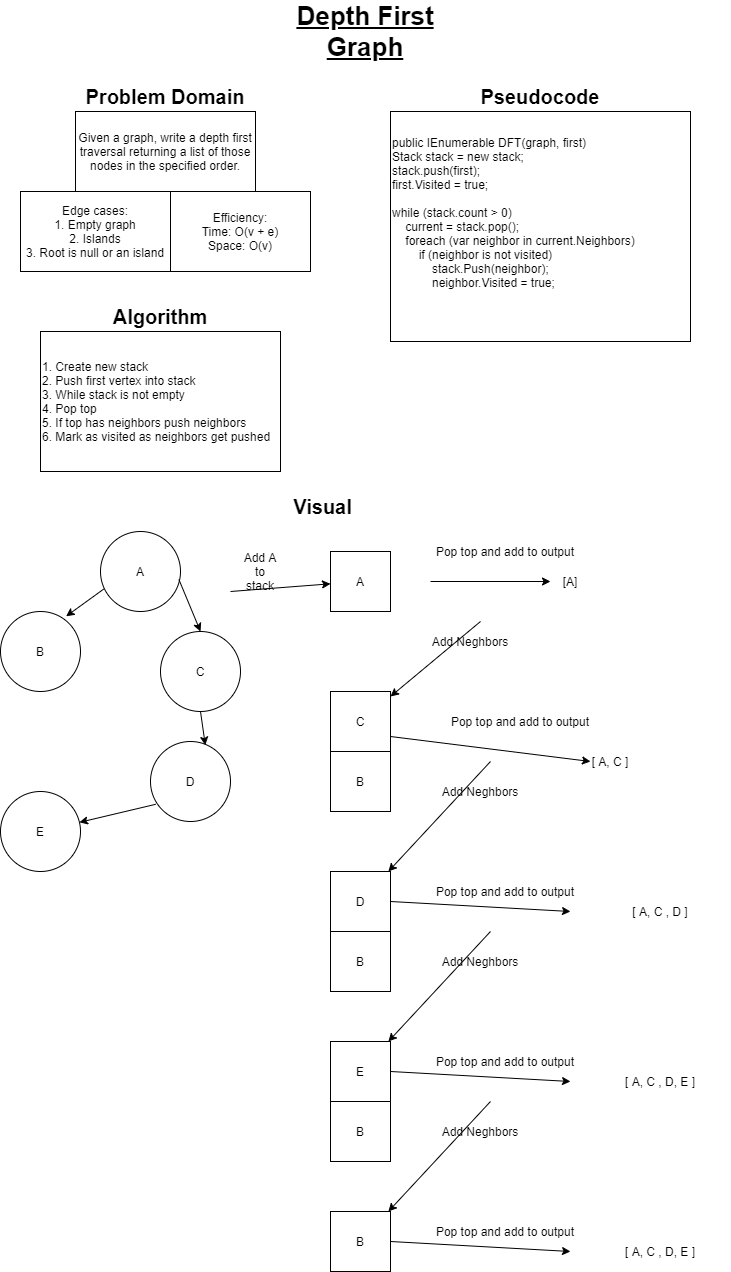
Before: readme/assets/DepthFirstGraph.png, a diagram exported from draw.io (cnickels21/401-DSA-Challenges). Source tidied: cells renumbered, new cells last; positions are measured from the earlier drawing's top-left corner, leaving out a move shared by most shapes.
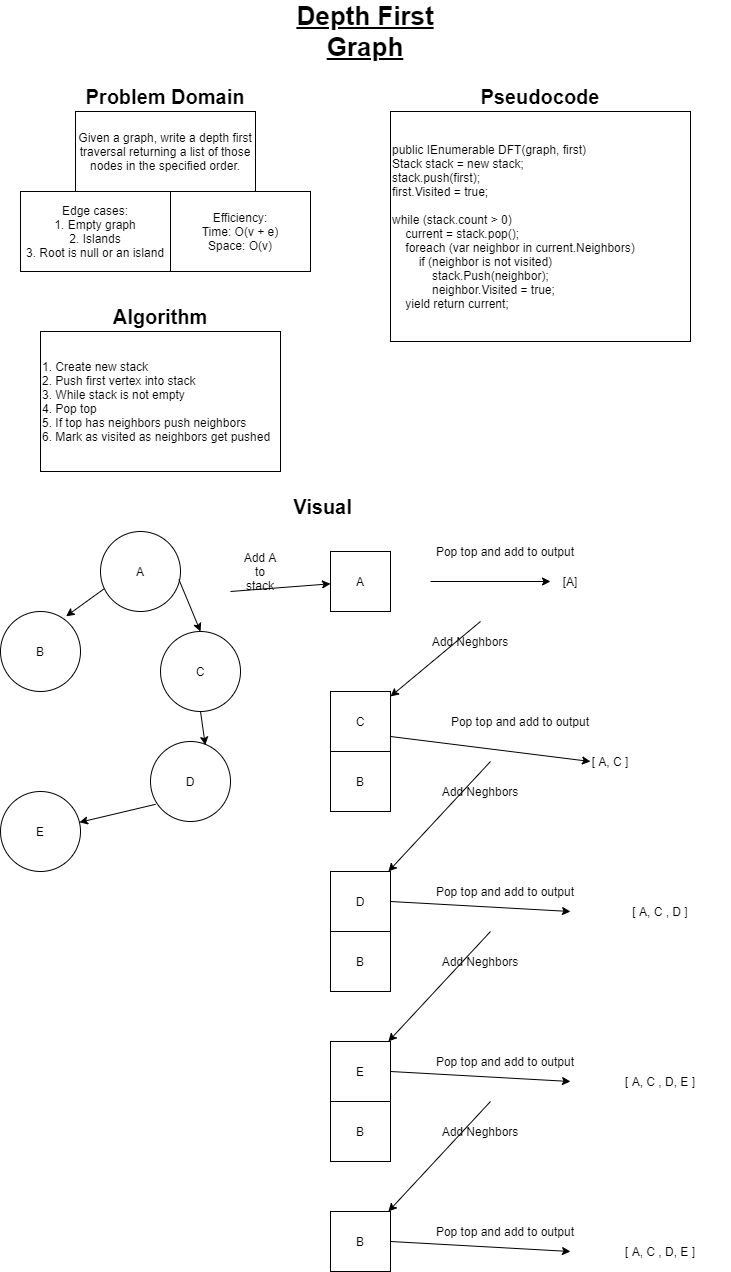
The same file after the commit.

Commit message:
updated white board image

What changed in the source:
```diff
@@ -20,7 +20,7 @@
     <mxCell id="7" value="Given a graph, write a depth first traversal returning a list of those nodes in the specified order." style="rounded=0;whiteSpace=wrap;html=1;" parent="1" vertex="1">
       <mxGeometry x="75" y="110" width="180" height="80" as="geometry" />
     </mxCell>
-    <mxCell id="8" value="public IEnumerable DFT(graph, first)&lt;br&gt;Stack stack = new stack;&lt;br&gt;stack.push(first);&lt;br&gt;first.Visited = true;&lt;br&gt;&lt;br&gt;while (stack.count &amp;gt; 0)&lt;br&gt;&amp;nbsp; &amp;nbsp; current = stack.pop();&lt;br&gt;&amp;nbsp; &amp;nbsp; foreach (var neighbor in current.Neighbors)&lt;br&gt;&amp;nbsp; &amp;nbsp; &amp;nbsp; &amp;nbsp; if (neighbor is not visited)&lt;br&gt;&amp;nbsp; &amp;nbsp; &amp;nbsp; &amp;nbsp; &amp;nbsp; &amp;nbsp; stack.Push(neighbor);&lt;br&gt;&amp;nbsp; &amp;nbsp; &amp;nbsp; &amp;nbsp; &amp;nbsp; &amp;nbsp; neighbor.Visited = true;&lt;br&gt;&lt;br&gt;&amp;nbsp; &amp;nbsp; &amp;nbsp;" style="rounded=0;whiteSpace=wrap;html=1;align=left;" parent="1" vertex="1">
+    <mxCell id="8" value="public IEnumerable DFT(graph, first)&lt;br&gt;Stack stack = new stack;&lt;br&gt;stack.push(first);&lt;br&gt;first.Visited = true;&lt;br&gt;&lt;br&gt;while (stack.count &amp;gt; 0)&lt;br&gt;&amp;nbsp; &amp;nbsp; current = stack.pop();&lt;br&gt;&amp;nbsp; &amp;nbsp; foreach (var neighbor in current.Neighbors)&lt;br&gt;&amp;nbsp; &amp;nbsp; &amp;nbsp; &amp;nbsp; if (neighbor is not visited)&lt;br&gt;&amp;nbsp; &amp;nbsp; &amp;nbsp; &amp;nbsp; &amp;nbsp; &amp;nbsp; stack.Push(neighbor);&lt;br&gt;&amp;nbsp; &amp;nbsp; &amp;nbsp; &amp;nbsp; &amp;nbsp; &amp;nbsp; neighbor.Visited = true;&lt;br&gt;&amp;nbsp; &amp;nbsp; yield return current;" style="rounded=0;whiteSpace=wrap;html=1;align=left;" parent="1" vertex="1">
       <mxGeometry x="390" y="110" width="300" height="230" as="geometry" />
     </mxCell>
     <mxCell id="9" value="1. Create new stack&lt;br&gt;2. Push first vertex into stack&lt;br&gt;3. While stack is not empty&lt;br&gt;4. Pop top&lt;br&gt;5. If top has neighbors push neighbors&lt;br&gt;6. Mark as visited as neighbors get pushed" style="rounded=0;whiteSpace=wrap;html=1;align=left;" parent="1" vertex="1">
```
